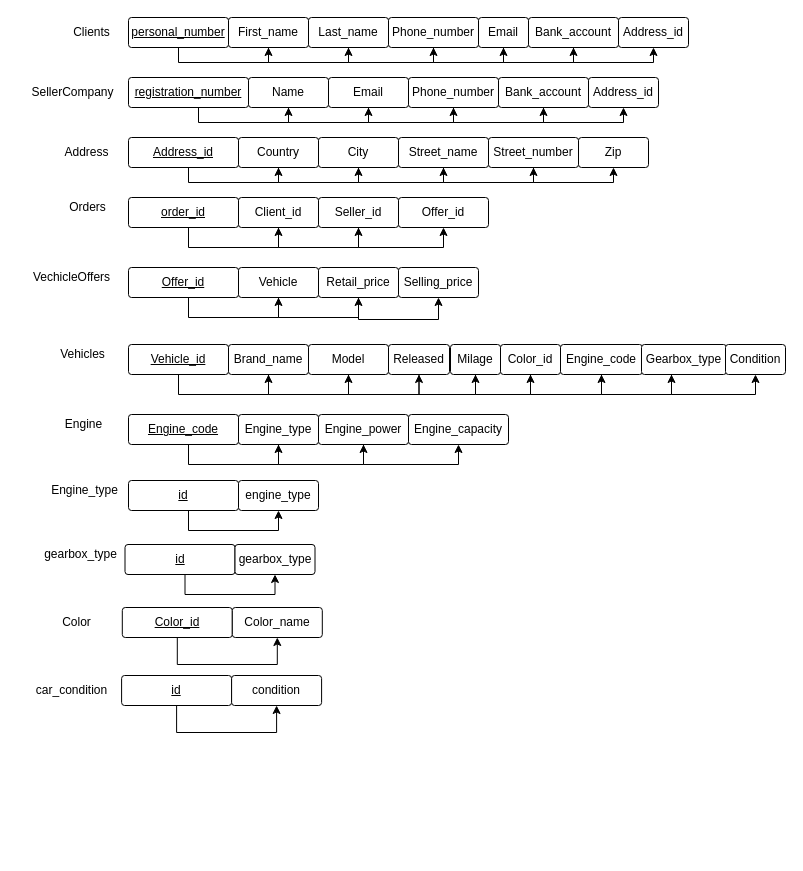
Before: page "normalization" (3 of 3) of Car Marketplace.drawio in kstekels/Car-Marketplace, a draw.io diagram. Source tidied: cells renumbered, new cells numbered last; positions are measured from the earlier drawing's top-left corner, leaving out a move shared by most shapes. Both pictures are drawn from the tidied source at 100%, with x=0, y=0 at pixel (22, 17).
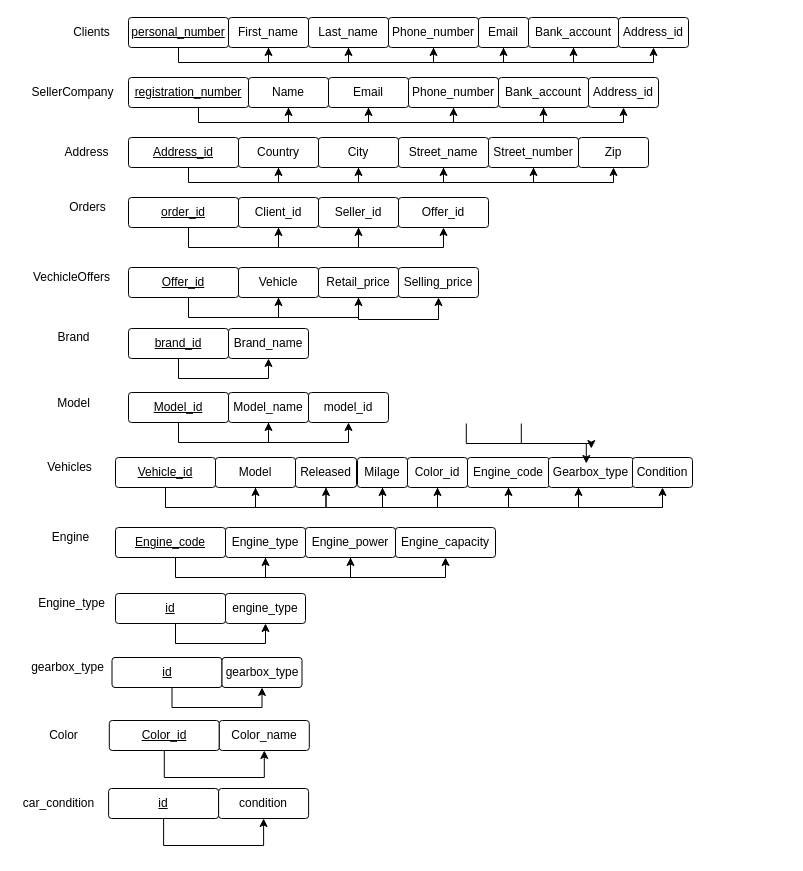
After the change.

Change to the diagram source:
```diff
@@
     <mxCell id="54" value="&lt;u&gt;Vehicle_id&lt;/u&gt;" style="rounded=1;arcSize=10;whiteSpace=wrap;html=1;align=center;" parent="1" vertex="1">
-      <mxGeometry x="106" y="327" width="100" height="30" as="geometry" />
+      <mxGeometry x="93" y="440" width="100" height="30" as="geometry" />
     </mxCell>
     <mxCell id="55" value="Vehicles" style="text;html=1;align=center;verticalAlign=middle;strokeColor=none;fillColor=none;" parent="1" vertex="1">
-      <mxGeometry x="29.8" y="327" width="60" height="20" as="geometry" />
+      <mxGeometry x="16.8" y="440" width="60" height="20" as="geometry" />
     </mxCell>
-    <mxCell id="56" value="Brand_name" style="rounded=1;arcSize=10;whiteSpace=wrap;html=1;align=center;" parent="1" vertex="1">
-      <mxGeometry x="206" y="327" width="80" height="30" as="geometry" />
-    </mxCell>
     <mxCell id="57" value="Model" style="rounded=1;arcSize=10;whiteSpace=wrap;html=1;align=center;" parent="1" vertex="1">
-      <mxGeometry x="286" y="327" width="80" height="30" as="geometry" />
+      <mxGeometry x="193" y="440" width="80" height="30" as="geometry" />
     </mxCell>
     <mxCell id="58" value="Released" style="rounded=1;arcSize=10;whiteSpace=wrap;html=1;align=center;" parent="1" vertex="1">
-      <mxGeometry x="366" y="327" width="61" height="30" as="geometry" />
+      <mxGeometry x="273" y="440" width="61" height="30" as="geometry" />
     </mxCell>
     <mxCell id="59" value="Milage" style="rounded=1;arcSize=10;whiteSpace=wrap;html=1;align=center;" parent="1" vertex="1">
-      <mxGeometry x="428" y="327" width="50" height="30" as="geometry" />
+      <mxGeometry x="335" y="440" width="50" height="30" as="geometry" />
     </mxCell>
     <mxCell id="60" value="Color_id" style="rounded=1;arcSize=10;whiteSpace=wrap;html=1;align=center;" parent="1" vertex="1">
-      <mxGeometry x="478" y="327" width="60" height="30" as="geometry" />
+      <mxGeometry x="385" y="440" width="60" height="30" as="geometry" />
     </mxCell>
     <mxCell id="61" value="Engine_code" style="rounded=1;arcSize=10;whiteSpace=wrap;html=1;align=center;" parent="1" vertex="1">
-      <mxGeometry x="538" y="327" width="82" height="30" as="geometry" />
+      <mxGeometry x="445" y="440" width="82" height="30" as="geometry" />
     </mxCell>
-    <mxCell id="62" style="endArrow=classic;html=1;rounded=0;edgeStyle=elbowEdgeStyle;elbow=vertical;entryX=0.5;entryY=1;entryDx=0;entryDy=0;exitX=0.5;exitY=1;exitDx=0;exitDy=0;" parent="1" edge="1" source="54" target="56">
+    <mxCell id="62" style="endArrow=classic;html=1;rounded=0;edgeStyle=elbowEdgeStyle;elbow=vertical;entryX=0.5;entryY=1;entryDx=0;entryDy=0;exitX=0.5;exitY=1;exitDx=0;exitDy=0;" parent="1" edge="1" source="54">
       <mxGeometry relative="1" as="geometry">
+        <mxPoint x="233" y="470" as="targetPoint" />
         <Array as="points">
-          <mxPoint x="206" y="377" />
+          <mxPoint x="193" y="490" />
         </Array>
       </mxGeometry>
     </mxCell>
-    <mxCell id="63" style="endArrow=classic;html=1;rounded=0;edgeStyle=elbowEdgeStyle;elbow=vertical;entryX=0.5;entryY=1;entryDx=0;entryDy=0;exitX=0.5;exitY=1;exitDx=0;exitDy=0;" parent="1" edge="1" target="57">
-      <mxGeometry relative="1" as="geometry">
-        <mxPoint x="246" y="357" as="sourcePoint" />
-        <Array as="points">
-          <mxPoint x="296" y="377" />
-        </Array>
-      </mxGeometry>
-    </mxCell>
     <mxCell id="64" style="endArrow=classic;html=1;rounded=0;edgeStyle=elbowEdgeStyle;elbow=vertical;exitX=0.5;exitY=1;exitDx=0;exitDy=0;entryX=0.5;entryY=1;entryDx=0;entryDy=0;" parent="1" edge="1" target="58">
       <mxGeometry relative="1" as="geometry">
-        <mxPoint x="326" y="357" as="sourcePoint" />
+        <mxPoint x="233" y="470" as="sourcePoint" />
         <Array as="points">
-          <mxPoint x="366" y="377" />
+          <mxPoint x="273" y="490" />
         </Array>
       </mxGeometry>
     </mxCell>
     <mxCell id="65" style="endArrow=classic;html=1;rounded=0;edgeStyle=elbowEdgeStyle;elbow=vertical;entryX=0.5;entryY=1;entryDx=0;entryDy=0;exitX=0.5;exitY=1;exitDx=0;exitDy=0;" parent="1" edge="1" source="58" target="59">
       <mxGeometry relative="1" as="geometry">
         <Array as="points">
-          <mxPoint x="416" y="377" />
+          <mxPoint x="323" y="490" />
         </Array>
       </mxGeometry>
     </mxCell>
     <mxCell id="66" style="endArrow=classic;html=1;rounded=0;edgeStyle=elbowEdgeStyle;elbow=vertical;entryX=0.5;entryY=1;entryDx=0;entryDy=0;exitX=0.5;exitY=1;exitDx=0;exitDy=0;" parent="1" edge="1" source="59" target="60">
       <mxGeometry relative="1" as="geometry">
         <Array as="points">
-          <mxPoint x="488" y="377" />
+          <mxPoint x="395" y="490" />
         </Array>
       </mxGeometry>
     </mxCell>
     <mxCell id="67" style="endArrow=classic;html=1;rounded=0;edgeStyle=elbowEdgeStyle;elbow=vertical;exitX=0.5;exitY=1;exitDx=0;exitDy=0;entryX=0.5;entryY=1;entryDx=0;entryDy=0;" parent="1" edge="1" source="60" target="61">
       <mxGeometry relative="1" as="geometry">
         <Array as="points">
-          <mxPoint x="538" y="377" />
+          <mxPoint x="445" y="490" />
         </Array>
       </mxGeometry>
     </mxCell>
     <mxCell id="68" value="Gearbox_type" style="rounded=1;arcSize=10;whiteSpace=wrap;html=1;align=center;" parent="1" vertex="1">
-      <mxGeometry x="619" y="327" width="85" height="30" as="geometry" />
+      <mxGeometry x="526" y="440" width="85" height="30" as="geometry" />
     </mxCell>
     <mxCell id="69" value="Condition" style="rounded=1;arcSize=10;whiteSpace=wrap;html=1;align=center;" parent="1" vertex="1">
-      <mxGeometry x="703" y="327" width="60" height="30" as="geometry" />
+      <mxGeometry x="610" y="440" width="60" height="30" as="geometry" />
     </mxCell>
     <mxCell id="70" style="endArrow=classic;html=1;rounded=0;edgeStyle=elbowEdgeStyle;elbow=vertical;exitX=0.5;exitY=1;exitDx=0;exitDy=0;" parent="1" edge="1" source="61">
       <mxGeometry relative="1" as="geometry">
-        <mxPoint x="649" y="357" as="targetPoint" />
+        <mxPoint x="556" y="470" as="targetPoint" />
         <Array as="points">
-          <mxPoint x="598" y="377" />
+          <mxPoint x="505" y="490" />
         </Array>
       </mxGeometry>
     </mxCell>
     <mxCell id="71" style="endArrow=classic;html=1;rounded=0;edgeStyle=elbowEdgeStyle;elbow=vertical;exitX=0.5;exitY=1;exitDx=0;exitDy=0;entryX=0.5;entryY=1;entryDx=0;entryDy=0;" parent="1" edge="1" target="69">
       <mxGeometry relative="1" as="geometry">
-        <mxPoint x="649" y="357" as="sourcePoint" />
+        <mxPoint x="556" y="470" as="sourcePoint" />
         <Array as="points">
-          <mxPoint x="679" y="377" />
+          <mxPoint x="586" y="490" />
         </Array>
       </mxGeometry>
     </mxCell>
     <mxCell id="72" value="&lt;u&gt;Engine_code&lt;/u&gt;" style="rounded=1;arcSize=10;whiteSpace=wrap;html=1;align=center;" parent="1" vertex="1">
-      <mxGeometry x="106" y="397" width="110" height="30" as="geometry" />
+      <mxGeometry x="93" y="510" width="110" height="30" as="geometry" />
     </mxCell>
     <mxCell id="73" value="Engine" style="text;html=1;align=center;verticalAlign=middle;strokeColor=none;fillColor=none;" parent="1" vertex="1">
-      <mxGeometry x="36" y="397" width="50" height="20" as="geometry" />
+      <mxGeometry x="23" y="510" width="50" height="20" as="geometry" />
     </mxCell>
     <mxCell id="74" value="Engine_type" style="rounded=1;arcSize=10;whiteSpace=wrap;html=1;align=center;" parent="1" vertex="1">
-      <mxGeometry x="216" y="397" width="80" height="30" as="geometry" />
+      <mxGeometry x="203" y="510" width="80" height="30" as="geometry" />
     </mxCell>
     <mxCell id="75" value="Engine_power" style="rounded=1;arcSize=10;whiteSpace=wrap;html=1;align=center;" parent="1" vertex="1">
-      <mxGeometry x="296" y="397" width="90" height="30" as="geometry" />
+      <mxGeometry x="283" y="510" width="90" height="30" as="geometry" />
     </mxCell>
     <mxCell id="76" style="endArrow=classic;html=1;rounded=0;edgeStyle=elbowEdgeStyle;elbow=vertical;entryX=0.5;entryY=1;entryDx=0;entryDy=0;exitX=0.5;exitY=1;exitDx=0;exitDy=0;" parent="1" edge="1" target="74">
       <mxGeometry relative="1" as="geometry">
-        <mxPoint x="166" y="427" as="sourcePoint" />
+        <mxPoint x="153" y="540" as="sourcePoint" />
         <Array as="points">
-          <mxPoint x="216" y="447" />
+          <mxPoint x="203" y="560" />
         </Array>
       </mxGeometry>
     </mxCell>
     <mxCell id="77" style="endArrow=classic;html=1;rounded=0;edgeStyle=elbowEdgeStyle;elbow=vertical;entryX=0.5;entryY=1;entryDx=0;entryDy=0;exitX=0.5;exitY=1;exitDx=0;exitDy=0;" parent="1" edge="1" target="75">
       <mxGeometry relative="1" as="geometry">
-        <mxPoint x="256" y="427" as="sourcePoint" />
+        <mxPoint x="243" y="540" as="sourcePoint" />
         <Array as="points">
-          <mxPoint x="296" y="447" />
+          <mxPoint x="283" y="560" />
         </Array>
       </mxGeometry>
     </mxCell>
     <mxCell id="78" value="Engine_capacity" style="rounded=1;arcSize=10;whiteSpace=wrap;html=1;align=center;" parent="1" vertex="1">
-      <mxGeometry x="386" y="397" width="100" height="30" as="geometry" />
+      <mxGeometry x="373" y="510" width="100" height="30" as="geometry" />
     </mxCell>
     <mxCell id="79" style="endArrow=classic;html=1;rounded=0;edgeStyle=elbowEdgeStyle;elbow=vertical;entryX=0.5;entryY=1;entryDx=0;entryDy=0;exitX=0.5;exitY=1;exitDx=0;exitDy=0;" parent="1" edge="1" source="75" target="78">
       <mxGeometry relative="1" as="geometry">
         <Array as="points">
-          <mxPoint x="376" y="447" />
+          <mxPoint x="363" y="560" />
         </Array>
       </mxGeometry>
     </mxCell>
     <mxCell id="80" value="&lt;u&gt;Color_id&lt;/u&gt;" style="rounded=1;arcSize=10;whiteSpace=wrap;html=1;align=center;" parent="1" vertex="1">
-      <mxGeometry x="99.8" y="590" width="110" height="30" as="geometry" />
+      <mxGeometry x="86.8" y="703" width="110" height="30" as="geometry" />
     </mxCell>
     <mxCell id="81" value="Color" style="text;html=1;align=center;verticalAlign=middle;strokeColor=none;fillColor=none;" parent="1" vertex="1">
-      <mxGeometry x="33.5" y="595" width="40" height="20" as="geometry" />
+      <mxGeometry x="20.5" y="708" width="40" height="20" as="geometry" />
     </mxCell>
     <mxCell id="82" value="Color_name" style="rounded=1;arcSize=10;whiteSpace=wrap;html=1;align=center;" parent="1" vertex="1">
-      <mxGeometry x="209.8" y="590" width="90" height="30" as="geometry" />
+      <mxGeometry x="196.8" y="703" width="90" height="30" as="geometry" />
     </mxCell>
     <mxCell id="83" style="endArrow=classic;html=1;rounded=0;edgeStyle=elbowEdgeStyle;elbow=vertical;entryX=0.5;entryY=1;entryDx=0;entryDy=0;exitX=0.5;exitY=1;exitDx=0;exitDy=0;" parent="1" edge="1" source="80" target="82">
       <mxGeometry relative="1" as="geometry">
         <Array as="points">
-          <mxPoint x="207.8" y="647" />
+          <mxPoint x="194.8" y="760" />
         </Array>
       </mxGeometry>
     </mxCell>
@@
     <mxCell id="86" value="&lt;u&gt;id&lt;/u&gt;" style="rounded=1;arcSize=10;whiteSpace=wrap;html=1;align=center;" parent="1" vertex="1">
-      <mxGeometry x="106" y="463" width="110" height="30" as="geometry" />
+      <mxGeometry x="93" y="576" width="110" height="30" as="geometry" />
     </mxCell>
     <mxCell id="87" value="Engine_type" style="text;html=1;align=center;verticalAlign=middle;strokeColor=none;fillColor=none;" parent="1" vertex="1">
-      <mxGeometry x="23" y="464" width="77" height="18" as="geometry" />
+      <mxGeometry x="10" y="577" width="77" height="18" as="geometry" />
     </mxCell>
     <mxCell id="88" value="engine_type" style="rounded=1;arcSize=10;whiteSpace=wrap;html=1;align=center;" parent="1" vertex="1">
-      <mxGeometry x="216" y="463" width="80" height="30" as="geometry" />
+      <mxGeometry x="203" y="576" width="80" height="30" as="geometry" />
     </mxCell>
     <mxCell id="89" style="endArrow=classic;html=1;rounded=0;edgeStyle=elbowEdgeStyle;elbow=vertical;entryX=0.5;entryY=1;entryDx=0;entryDy=0;exitX=0.5;exitY=1;exitDx=0;exitDy=0;" parent="1" edge="1" target="88">
       <mxGeometry relative="1" as="geometry">
-        <mxPoint x="166" y="493" as="sourcePoint" />
+        <mxPoint x="153" y="606" as="sourcePoint" />
         <Array as="points">
-          <mxPoint x="216" y="513" />
+          <mxPoint x="203" y="626" />
         </Array>
       </mxGeometry>
     </mxCell>
     <mxCell id="90" value="&lt;u&gt;id&lt;/u&gt;" style="rounded=1;arcSize=10;whiteSpace=wrap;html=1;align=center;" parent="1" vertex="1">
-      <mxGeometry x="102.5" y="527" width="110" height="30" as="geometry" />
+      <mxGeometry x="89.5" y="640" width="110" height="30" as="geometry" />
     </mxCell>
     <mxCell id="91" value="gearbox_type" style="text;html=1;align=center;verticalAlign=middle;strokeColor=none;fillColor=none;" parent="1" vertex="1">
-      <mxGeometry x="16.5" y="528" width="83" height="18" as="geometry" />
+      <mxGeometry x="3.5" y="641" width="83" height="18" as="geometry" />
     </mxCell>
     <mxCell id="92" value="gearbox_type" style="rounded=1;arcSize=10;whiteSpace=wrap;html=1;align=center;" parent="1" vertex="1">
-      <mxGeometry x="212.5" y="527" width="80" height="30" as="geometry" />
+      <mxGeometry x="199.5" y="640" width="80" height="30" as="geometry" />
     </mxCell>
     <mxCell id="93" style="endArrow=classic;html=1;rounded=0;edgeStyle=elbowEdgeStyle;elbow=vertical;entryX=0.5;entryY=1;entryDx=0;entryDy=0;exitX=0.5;exitY=1;exitDx=0;exitDy=0;" parent="1" edge="1" target="92">
       <mxGeometry relative="1" as="geometry">
-        <mxPoint x="162.5" y="557" as="sourcePoint" />
+        <mxPoint x="149.5" y="670" as="sourcePoint" />
         <Array as="points">
-          <mxPoint x="212.5" y="577" />
+          <mxPoint x="199.5" y="690" />
         </Array>
       </mxGeometry>
     </mxCell>
     <mxCell id="94" value="&lt;u&gt;id&lt;/u&gt;" style="rounded=1;arcSize=10;whiteSpace=wrap;html=1;align=center;" parent="1" vertex="1">
-      <mxGeometry x="99.1" y="658" width="110" height="30" as="geometry" />
+      <mxGeometry x="86.1" y="771" width="110" height="30" as="geometry" />
     </mxCell>
     <mxCell id="95" value="car_condition" style="text;html=1;align=center;verticalAlign=middle;strokeColor=none;fillColor=none;" parent="1" vertex="1">
-      <mxGeometry x="8" y="664" width="81" height="18" as="geometry" />
+      <mxGeometry x="-5" y="777" width="81" height="18" as="geometry" />
     </mxCell>
     <mxCell id="96" value="condition" style="rounded=1;arcSize=10;whiteSpace=wrap;html=1;align=center;" parent="1" vertex="1">
-      <mxGeometry x="209.1" y="658" width="90" height="30" as="geometry" />
+      <mxGeometry x="196.1" y="771" width="90" height="30" as="geometry" />
     </mxCell>
     <mxCell id="97" style="endArrow=classic;html=1;rounded=0;edgeStyle=elbowEdgeStyle;elbow=vertical;entryX=0.5;entryY=1;entryDx=0;entryDy=0;exitX=0.5;exitY=1;exitDx=0;exitDy=0;" parent="1" edge="1" source="94" target="96">
       <mxGeometry relative="1" as="geometry">
         <Array as="points">
-          <mxPoint x="207.1" y="715" />
+          <mxPoint x="194.1" y="828" />
         </Array>
       </mxGeometry>
     </mxCell>
+    <mxCell id="98" value="&lt;u&gt;brand_id&lt;/u&gt;" style="rounded=1;arcSize=10;whiteSpace=wrap;html=1;align=center;" parent="1" vertex="1">
+      <mxGeometry x="106" y="311" width="100" height="30" as="geometry" />
+    </mxCell>
+    <mxCell id="99" value="Brand" style="text;html=1;align=center;verticalAlign=middle;strokeColor=none;fillColor=none;" parent="1" vertex="1">
+      <mxGeometry x="30" y="311" width="42" height="18" as="geometry" />
+    </mxCell>
+    <mxCell id="56" value="Brand_name" style="rounded=1;arcSize=10;whiteSpace=wrap;html=1;align=center;" parent="1" vertex="1">
+      <mxGeometry x="206" y="311" width="80" height="30" as="geometry" />
+    </mxCell>
+    <mxCell id="100" style="endArrow=classic;html=1;rounded=0;edgeStyle=elbowEdgeStyle;elbow=vertical;entryX=0.5;entryY=1;entryDx=0;entryDy=0;exitX=0.5;exitY=1;exitDx=0;exitDy=0;" parent="1" edge="1" source="98" target="56">
+      <mxGeometry relative="1" as="geometry">
+        <Array as="points">
+          <mxPoint x="206" y="361" />
+        </Array>
+      </mxGeometry>
+    </mxCell>
+    <mxCell id="101" value="&lt;u&gt;Model_id&lt;/u&gt;" style="rounded=1;arcSize=10;whiteSpace=wrap;html=1;align=center;" parent="1" vertex="1">
+      <mxGeometry x="106" y="375" width="100" height="30" as="geometry" />
+    </mxCell>
+    <mxCell id="102" value="Model" style="text;html=1;align=center;verticalAlign=middle;strokeColor=none;fillColor=none;" parent="1" vertex="1">
+      <mxGeometry x="29.5" y="377" width="43" height="18" as="geometry" />
+    </mxCell>
+    <mxCell id="103" value="Model_name" style="rounded=1;arcSize=10;whiteSpace=wrap;html=1;align=center;" parent="1" vertex="1">
+      <mxGeometry x="206" y="375" width="80" height="30" as="geometry" />
+    </mxCell>
+    <mxCell id="104" value="model_id" style="rounded=1;arcSize=10;whiteSpace=wrap;html=1;align=center;" parent="1" vertex="1">
+      <mxGeometry x="286" y="375" width="80" height="30" as="geometry" />
+    </mxCell>
+    <mxCell id="105" style="endArrow=classic;html=1;rounded=0;edgeStyle=elbowEdgeStyle;elbow=vertical;entryX=0.5;entryY=1;entryDx=0;entryDy=0;exitX=0.5;exitY=1;exitDx=0;exitDy=0;" parent="1" edge="1" source="101" target="103">
+      <mxGeometry relative="1" as="geometry">
+        <Array as="points">
+          <mxPoint x="206" y="425" />
+        </Array>
+      </mxGeometry>
+    </mxCell>
+    <mxCell id="106" style="endArrow=classic;html=1;rounded=0;edgeStyle=elbowEdgeStyle;elbow=vertical;entryX=0.5;entryY=1;entryDx=0;entryDy=0;exitX=0.5;exitY=1;exitDx=0;exitDy=0;" parent="1" edge="1" target="104">
+      <mxGeometry relative="1" as="geometry">
+        <mxPoint x="246" y="405" as="sourcePoint" />
+        <Array as="points">
+          <mxPoint x="296" y="425" />
+        </Array>
+      </mxGeometry>
+    </mxCell>
+    <mxCell id="107" style="endArrow=classic;html=1;rounded=0;edgeStyle=elbowEdgeStyle;elbow=vertical;entryX=0.5;entryY=1;entryDx=0;entryDy=0;exitX=0.5;exitY=1;exitDx=0;exitDy=0;" parent="1" edge="1">
+      <mxGeometry relative="1" as="geometry">
+        <mxPoint x="443.8" y="406" as="sourcePoint" />
+        <mxPoint x="568.8" y="431" as="targetPoint" />
+        <Array as="points">
+          <mxPoint x="478.8" y="426" />
+        </Array>
+      </mxGeometry>
+    </mxCell>
+    <mxCell id="108" style="endArrow=classic;html=1;rounded=0;edgeStyle=elbowEdgeStyle;elbow=vertical;exitX=0.5;exitY=1;exitDx=0;exitDy=0;entryX=0.5;entryY=1;entryDx=0;entryDy=0;" parent="1" edge="1">
+      <mxGeometry relative="1" as="geometry">
+        <mxPoint x="498.8" y="406" as="sourcePoint" />
+        <mxPoint x="563.8" y="446" as="targetPoint" />
+        <Array as="points">
+          <mxPoint x="528.8" y="426" />
+        </Array>
+      </mxGeometry>
+    </mxCell>
```
